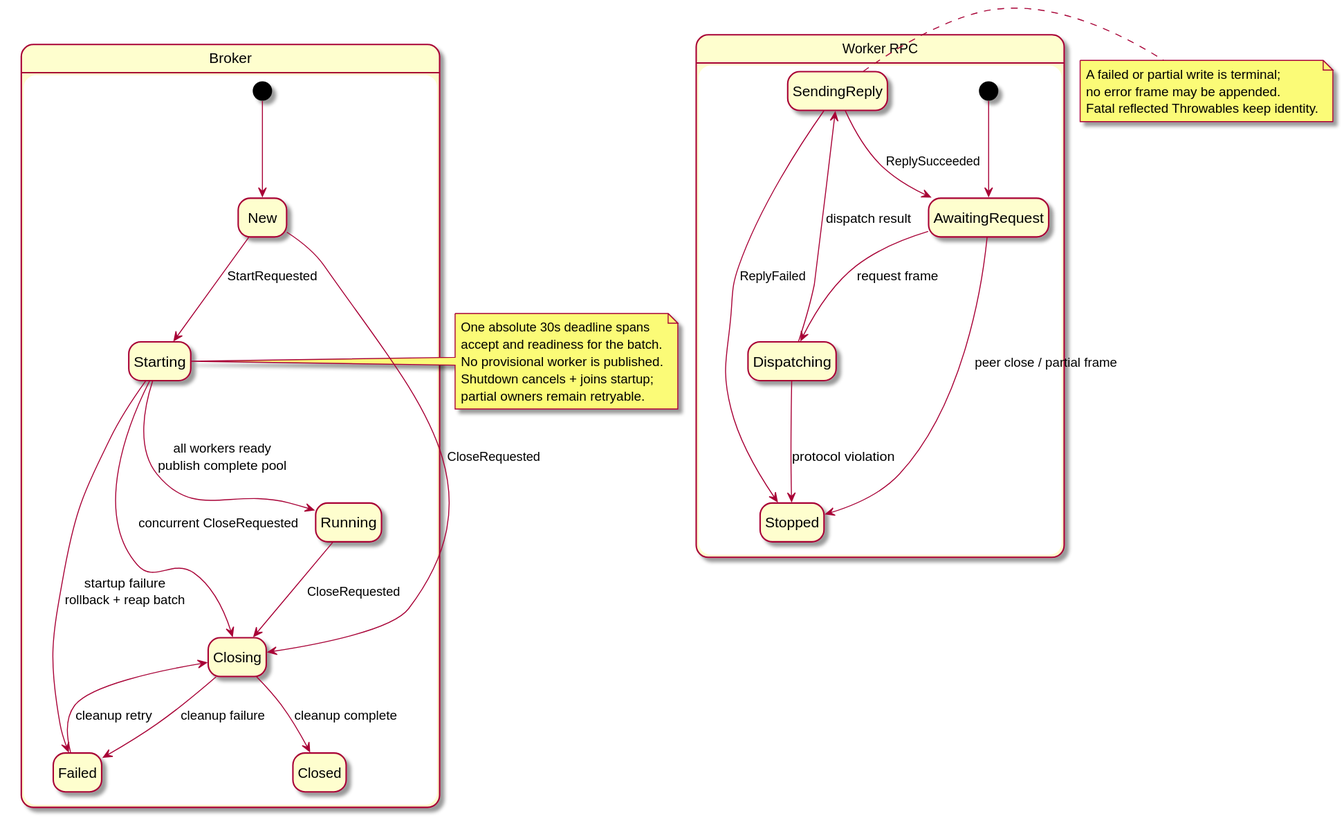
The PlantUML diagram docs/diagrams/portal_lifecycle.svg in Pilleo/mazewall, before a commit.
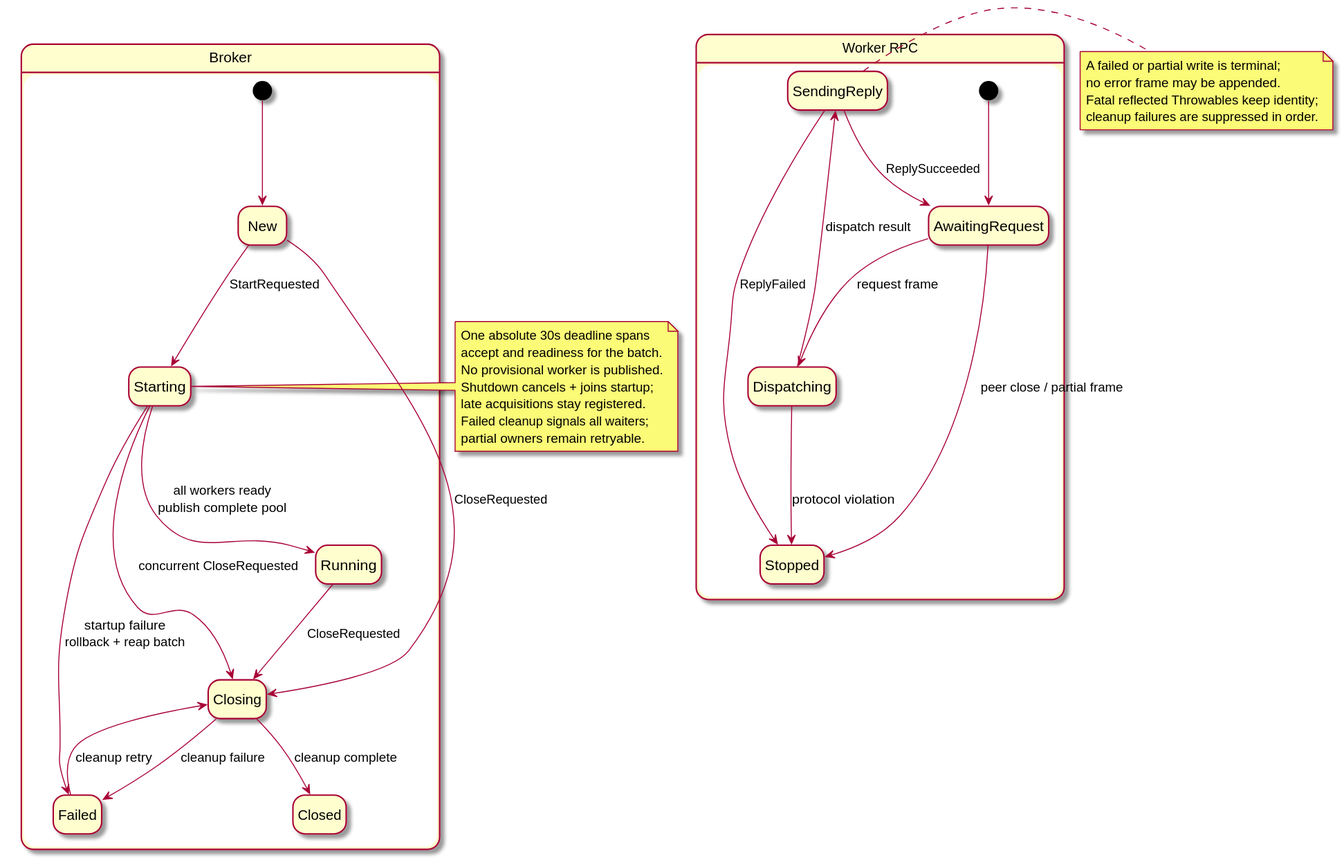
Above is the later version.

Commit message:
fix(portal): close lifecycle ownership races

The edit, as a diff of the source:
```diff
@@ -29,12 +29,15 @@
   accept and readiness for the batch.
   No provisional worker is published.
   Shutdown cancels + joins startup;
+  late acquisitions stay registered.
+  Failed cleanup signals all waiters;
   partial owners remain retryable.
 end note
 
 note right of SendingReply
   A failed or partial write is terminal;
   no error frame may be appended.
-  Fatal reflected Throwables keep identity.
+  Fatal reflected Throwables keep identity;
+  cleanup failures are suppressed in order.
 end note
 @enduml
```
